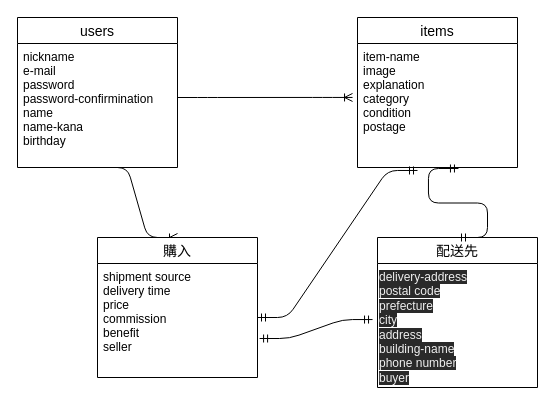
Before: er.dio in taku113/furima-37377, a draw.io diagram. Source tidied: cells renumbered, new cells numbered last; positions are measured from the earlier drawing's top-left corner, leaving out a move shared by most shapes. Both pictures are drawn from the tidied source at 100%, with x=0, y=0 at pixel (17, 17).
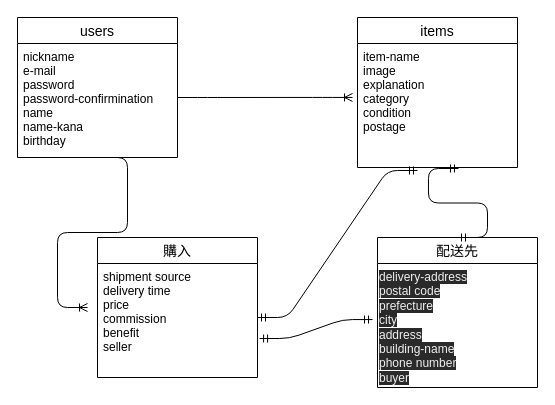
The same page after the edit.

What changed in the source:
```diff
@@
 <mxGraphModel>
   <root>
     <mxCell id="0" />
     <mxCell id="1" parent="0" />
     <mxCell id="2" value="users" style="swimlane;fontStyle=0;horizontal=1;startSize=26;align=center;fontSize=14;" parent="1" vertex="1">
-      <mxGeometry width="160" height="150" as="geometry" />
+      <mxGeometry width="160" height="140" as="geometry" />
     </mxCell>
     <mxCell id="3" value="nickname&#10;e-mail&#10;password&#10;password-confirmination&#10;name&#10;name-kana&#10;birthday&#10;" style="text;strokeColor=none;fillColor=none;spacingLeft=4;spacingRight=4;overflow=hidden;points=[[0,0.5],[1,0.5]];portConstraint=eastwest;fontSize=12;" parent="2" vertex="1">
-      <mxGeometry y="26" width="160" height="124" as="geometry" />
+      <mxGeometry y="26" width="160" height="114" as="geometry" />
     </mxCell>
-    <mxCell id="4" style="edgeStyle=entityRelationEdgeStyle;fontSize=12;html=1;endArrow=ERoneToMany;entryX=0.5;entryY=0;entryDx=0;entryDy=0;" parent="2" edge="1" target="7">
+    <mxCell id="4" style="edgeStyle=entityRelationEdgeStyle;fontSize=12;html=1;endArrow=ERoneToMany;exitX=0.5;exitY=1;exitDx=0;exitDy=0;exitPerimeter=0;" parent="2" edge="1" source="3">
       <mxGeometry relative="1" as="geometry">
-        <mxPoint x="80" y="150" as="sourcePoint" />
+        <mxPoint x="70" y="290" as="targetPoint" />
       </mxGeometry>
     </mxCell>
     <mxCell id="5" value="items" style="swimlane;fontStyle=0;horizontal=1;startSize=26;align=center;fontSize=14;" parent="1" vertex="1">
       <mxGeometry x="340" width="160" height="150" as="geometry" />
     </mxCell>
     <mxCell id="6" value="item-name&#10;image&#10;explanation&#10;category&#10;condition&#10;postage&#10;" style="text;strokeColor=none;fillColor=none;spacingLeft=4;spacingRight=4;overflow=hidden;points=[[0,0.5],[1,0.5]];portConstraint=eastwest;fontSize=12;" parent="5" vertex="1">
       <mxGeometry y="26" width="160" height="124" as="geometry" />
     </mxCell>
     <mxCell id="7" value="購入" style="swimlane;fontStyle=0;horizontal=1;startSize=26;align=center;fontSize=14;" parent="1" vertex="1">
       <mxGeometry x="80" y="220" width="160" height="140" as="geometry" />
     </mxCell>
     <mxCell id="8" value="shipment source&#10;delivery time&#10;price&#10;commission&#10;benefit&#10;seller&#10;&#10;" style="text;strokeColor=none;fillColor=none;spacingLeft=4;spacingRight=4;overflow=hidden;points=[[0,0.5],[1,0.5]];portConstraint=eastwest;fontSize=12;" parent="7" vertex="1">
       <mxGeometry y="26" width="160" height="114" as="geometry" />
     </mxCell>
     <mxCell id="9" value="配送先" style="swimlane;fontStyle=0;horizontal=1;startSize=26;align=center;fontSize=14;" parent="1" vertex="1">
       <mxGeometry x="360" y="220" width="160" height="150" as="geometry" />
     </mxCell>
     <mxCell id="10" value="&lt;span style=&quot;color: rgb(240 , 240 , 240) ; font-family: &amp;#34;helvetica&amp;#34; ; font-size: 12px ; font-style: normal ; font-weight: 400 ; letter-spacing: normal ; text-align: left ; text-indent: 0px ; text-transform: none ; word-spacing: 0px ; background-color: rgb(42 , 42 , 42) ; display: inline ; float: none&quot;&gt;delivery-address&lt;/span&gt;&lt;br style=&quot;padding: 0px ; margin: 0px ; color: rgb(240 , 240 , 240) ; font-family: &amp;#34;helvetica&amp;#34; ; font-size: 12px ; font-style: normal ; font-weight: 400 ; letter-spacing: normal ; text-align: left ; text-indent: 0px ; text-transform: none ; word-spacing: 0px ; background-color: rgb(42 , 42 , 42)&quot;&gt;&lt;span style=&quot;color: rgb(240 , 240 , 240) ; font-family: &amp;#34;helvetica&amp;#34; ; font-size: 12px ; font-style: normal ; font-weight: 400 ; letter-spacing: normal ; text-align: left ; text-indent: 0px ; text-transform: none ; word-spacing: 0px ; background-color: rgb(42 , 42 , 42) ; display: inline ; float: none&quot;&gt;postal code&lt;/span&gt;&lt;br style=&quot;padding: 0px ; margin: 0px ; color: rgb(240 , 240 , 240) ; font-family: &amp;#34;helvetica&amp;#34; ; font-size: 12px ; font-style: normal ; font-weight: 400 ; letter-spacing: normal ; text-align: left ; text-indent: 0px ; text-transform: none ; word-spacing: 0px ; background-color: rgb(42 , 42 , 42)&quot;&gt;&lt;span style=&quot;color: rgb(240 , 240 , 240) ; font-family: &amp;#34;helvetica&amp;#34; ; font-size: 12px ; font-style: normal ; font-weight: 400 ; letter-spacing: normal ; text-align: left ; text-indent: 0px ; text-transform: none ; word-spacing: 0px ; background-color: rgb(42 , 42 , 42) ; display: inline ; float: none&quot;&gt;prefecture&lt;/span&gt;&lt;br style=&quot;padding: 0px ; margin: 0px ; color: rgb(240 , 240 , 240) ; font-family: &amp;#34;helvetica&amp;#34; ; font-size: 12px ; font-style: normal ; font-weight: 400 ; letter-spacing: normal ; text-align: left ; text-indent: 0px ; text-transform: none ; word-spacing: 0px ; background-color: rgb(42 , 42 , 42)&quot;&gt;&lt;span style=&quot;color: rgb(240 , 240 , 240) ; font-family: &amp;#34;helvetica&amp;#34; ; font-size: 12px ; font-style: normal ; font-weight: 400 ; letter-spacing: normal ; text-align: left ; text-indent: 0px ; text-transform: none ; word-spacing: 0px ; background-color: rgb(42 , 42 , 42) ; display: inline ; float: none&quot;&gt;city&lt;/span&gt;&lt;br style=&quot;padding: 0px ; margin: 0px ; color: rgb(240 , 240 , 240) ; font-family: &amp;#34;helvetica&amp;#34; ; font-size: 12px ; font-style: normal ; font-weight: 400 ; letter-spacing: normal ; text-align: left ; text-indent: 0px ; text-transform: none ; word-spacing: 0px ; background-color: rgb(42 , 42 , 42)&quot;&gt;&lt;span style=&quot;color: rgb(240 , 240 , 240) ; font-family: &amp;#34;helvetica&amp;#34; ; font-size: 12px ; font-style: normal ; font-weight: 400 ; letter-spacing: normal ; text-align: left ; text-indent: 0px ; text-transform: none ; word-spacing: 0px ; background-color: rgb(42 , 42 , 42) ; display: inline ; float: none&quot;&gt;address&lt;/span&gt;&lt;br style=&quot;padding: 0px ; margin: 0px ; color: rgb(240 , 240 , 240) ; font-family: &amp;#34;helvetica&amp;#34; ; font-size: 12px ; font-style: normal ; font-weight: 400 ; letter-spacing: normal ; text-align: left ; text-indent: 0px ; text-transform: none ; word-spacing: 0px ; background-color: rgb(42 , 42 , 42)&quot;&gt;&lt;span style=&quot;color: rgb(240 , 240 , 240) ; font-family: &amp;#34;helvetica&amp;#34; ; font-size: 12px ; font-style: normal ; font-weight: 400 ; letter-spacing: normal ; text-align: left ; text-indent: 0px ; text-transform: none ; word-spacing: 0px ; background-color: rgb(42 , 42 , 42) ; display: inline ; float: none&quot;&gt;building-name&lt;/span&gt;&lt;br style=&quot;padding: 0px ; margin: 0px ; color: rgb(240 , 240 , 240) ; font-family: &amp;#34;helvetica&amp;#34; ; font-size: 12px ; font-style: normal ; font-weight: 400 ; letter-spacing: normal ; text-align: left ; text-indent: 0px ; text-transform: none ; word-spacing: 0px ; background-color: rgb(42 , 42 , 42)&quot;&gt;&lt;span style=&quot;color: rgb(240 , 240 , 240) ; font-family: &amp;#34;helvetica&amp;#34; ; font-size: 12px ; font-style: normal ; font-weight: 400 ; letter-spacing: normal ; text-align: left ; text-indent: 0px ; text-transform: none ; word-spacing: 0px ; background-color: rgb(42 , 42 , 42) ; display: inline ; float: none&quot;&gt;phone number&lt;br&gt;buyer&lt;br&gt;&lt;/span&gt;" style="text;whiteSpace=wrap;html=1;" parent="9" vertex="1">
       <mxGeometry y="26" width="160" height="124" as="geometry" />
     </mxCell>
     <mxCell id="11" style="edgeStyle=entityRelationEdgeStyle;fontSize=12;html=1;endArrow=ERoneToMany;entryX=-0.031;entryY=0.435;entryDx=0;entryDy=0;entryPerimeter=0;" parent="1" edge="1" target="6">
       <mxGeometry relative="1" as="geometry">
         <mxPoint x="160" y="80" as="sourcePoint" />
       </mxGeometry>
     </mxCell>
     <mxCell id="12" style="edgeStyle=entityRelationEdgeStyle;fontSize=12;html=1;endArrow=ERmandOne;startArrow=ERmandOne;entryX=0.375;entryY=1.024;entryDx=0;entryDy=0;entryPerimeter=0;" parent="1" edge="1" target="6">
       <mxGeometry relative="1" as="geometry">
         <mxPoint x="240" y="300" as="sourcePoint" />
       </mxGeometry>
     </mxCell>
     <mxCell id="13" style="edgeStyle=entityRelationEdgeStyle;fontSize=12;html=1;endArrow=ERmandOne;startArrow=ERmandOne;entryX=0.631;entryY=1.008;entryDx=0;entryDy=0;entryPerimeter=0;exitX=0.5;exitY=0;exitDx=0;exitDy=0;" parent="1" edge="1" source="9" target="6">
       <mxGeometry relative="1" as="geometry" />
     </mxCell>
     <mxCell id="14" style="edgeStyle=entityRelationEdgeStyle;fontSize=12;html=1;endArrow=ERmandOne;startArrow=ERmandOne;entryX=-0.031;entryY=0.452;entryDx=0;entryDy=0;entryPerimeter=0;exitX=1.013;exitY=0.658;exitDx=0;exitDy=0;exitPerimeter=0;" parent="1" edge="1" source="8" target="10">
       <mxGeometry relative="1" as="geometry" />
     </mxCell>
   </root>
 </mxGraphModel>
```
